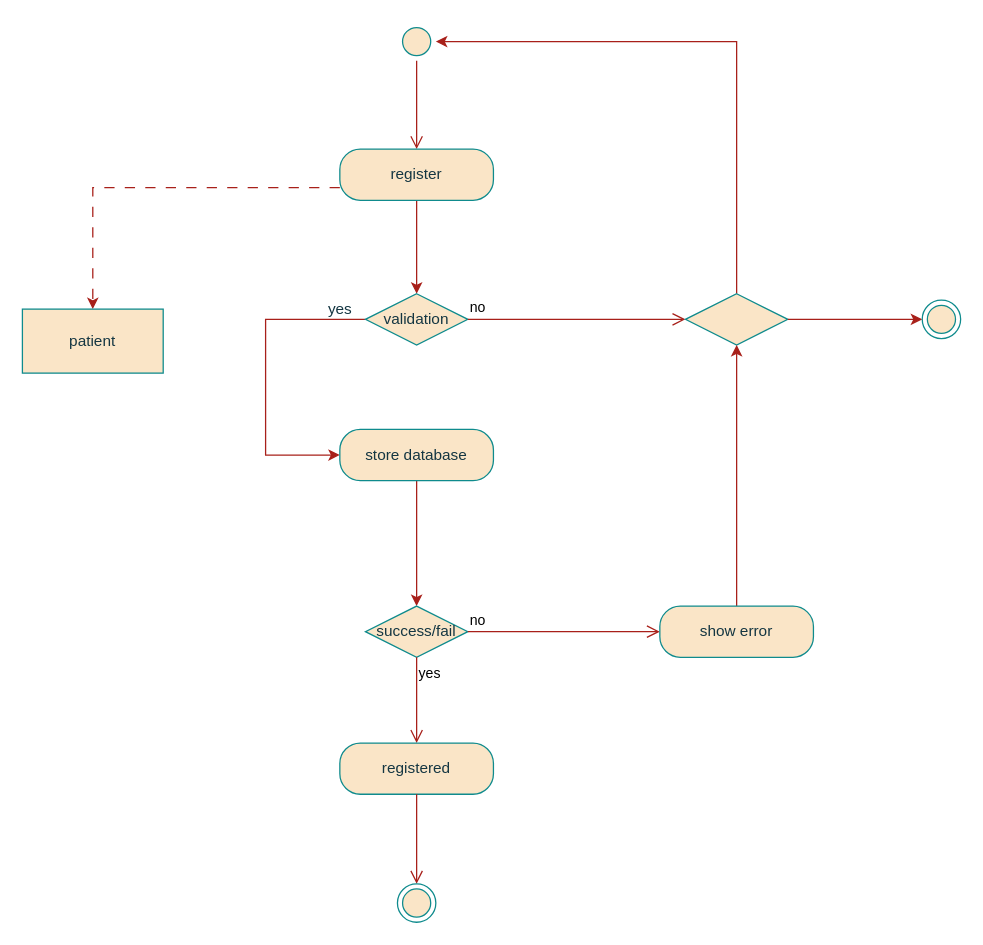
This is page "register patient" (1 of 10) of ACTIVITY/register_login.drawio from SalehAskari/telemedicine, a draw.io file, before an edit. Source tidied: cells renumbered, new cells numbered last; positions are measured from the earlier drawing's top-left corner, leaving out a move shared by most shapes. Both pictures are drawn from the tidied source at 128%, with x=0, y=0 at pixel (22, 22).
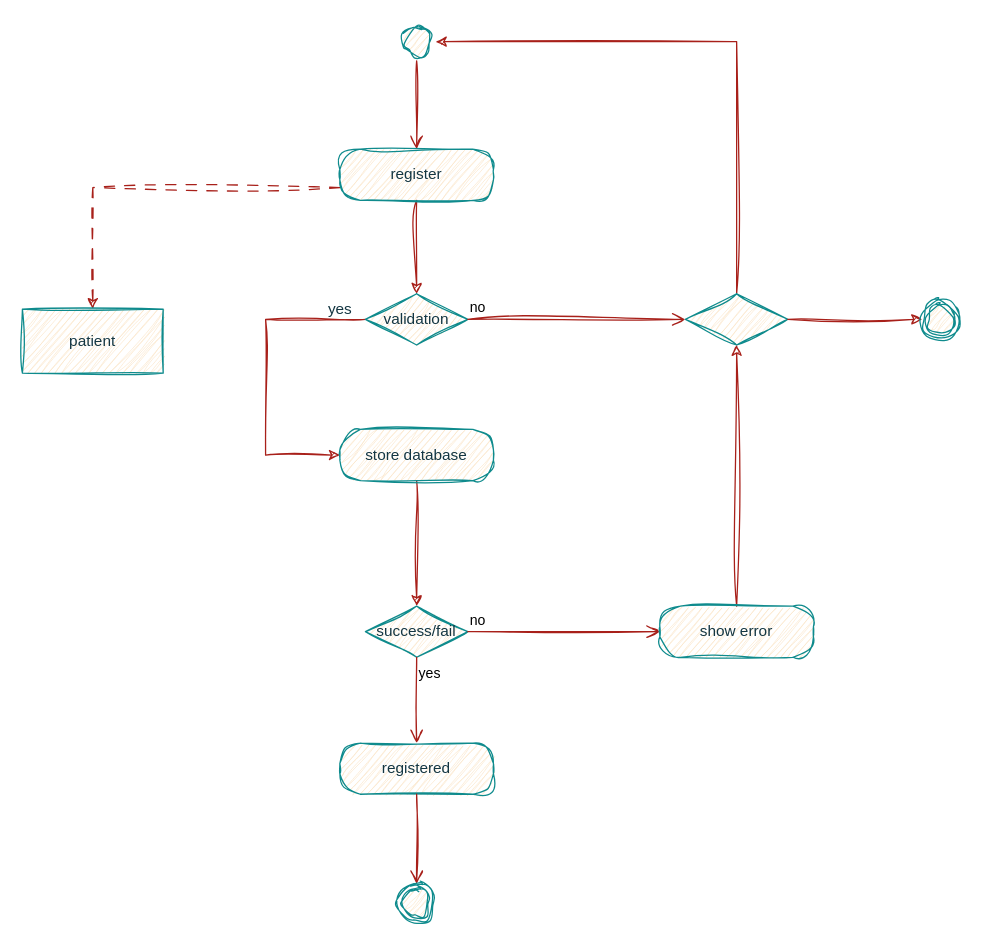
The same diagram, later.

The edit, as a diff of the source:
```diff
@@
-    <mxCell id="2" style="ellipse;html=1;shape=startState;fillColor=#FAE5C7;strokeColor=#0F8B8D;labelBackgroundColor=none;fontColor=#143642;" parent="1" vertex="1">
+    <mxCell id="2" style="ellipse;html=1;shape=startState;fillColor=#FAE5C7;strokeColor=#0F8B8D;labelBackgroundColor=none;fontColor=#143642;sketch=1;curveFitting=1;jiggle=2;" parent="1" vertex="1">
       <mxGeometry x="293" width="30" height="30" as="geometry" />
     </mxCell>
-    <mxCell id="3" style="edgeStyle=orthogonalEdgeStyle;html=1;verticalAlign=bottom;endArrow=open;endSize=8;strokeColor=#A8201A;rounded=0;entryX=0.5;entryY=0;entryDx=0;entryDy=0;labelBackgroundColor=none;fontColor=default;" parent="1" edge="1" source="2" target="6">
+    <mxCell id="3" style="edgeStyle=orthogonalEdgeStyle;html=1;verticalAlign=bottom;endArrow=open;endSize=8;strokeColor=#A8201A;rounded=0;entryX=0.5;entryY=0;entryDx=0;entryDy=0;labelBackgroundColor=none;fontColor=default;sketch=1;curveFitting=1;jiggle=2;" parent="1" edge="1" source="2" target="6">
       <mxGeometry relative="1" as="geometry" />
     </mxCell>
-    <mxCell id="4" style="edgeStyle=orthogonalEdgeStyle;rounded=0;jettySize=auto;html=1;exitX=0;exitY=0.75;exitDx=0;exitDy=0;strokeColor=#A8201A;fontColor=default;fillColor=#FAE5C7;dashed=1;dashPattern=8 8;labelBackgroundColor=none;entryX=0.5;entryY=0;entryDx=0;entryDy=0;" parent="1" edge="1" source="6" target="10">
+    <mxCell id="4" style="edgeStyle=orthogonalEdgeStyle;rounded=0;jettySize=auto;html=1;exitX=0;exitY=0.75;exitDx=0;exitDy=0;strokeColor=#A8201A;fontColor=default;fillColor=#FAE5C7;dashed=1;dashPattern=8 8;labelBackgroundColor=none;entryX=0.5;entryY=0;entryDx=0;entryDy=0;sketch=1;curveFitting=1;jiggle=2;" parent="1" edge="1" source="6" target="10">
       <mxGeometry relative="1" as="geometry" />
     </mxCell>
-    <mxCell id="5" style="edgeStyle=orthogonalEdgeStyle;rounded=0;jettySize=auto;html=1;exitX=0.5;exitY=1;exitDx=0;exitDy=0;entryX=0.5;entryY=0;entryDx=0;entryDy=0;strokeColor=#A8201A;fontColor=default;fillColor=#FAE5C7;labelBackgroundColor=none;" parent="1" edge="1" source="6" target="8">
+    <mxCell id="5" style="edgeStyle=orthogonalEdgeStyle;rounded=0;jettySize=auto;html=1;exitX=0.5;exitY=1;exitDx=0;exitDy=0;entryX=0.5;entryY=0;entryDx=0;entryDy=0;strokeColor=#A8201A;fontColor=default;fillColor=#FAE5C7;labelBackgroundColor=none;sketch=1;curveFitting=1;jiggle=2;" parent="1" edge="1" source="6" target="8">
       <mxGeometry relative="1" as="geometry" />
     </mxCell>
-    <mxCell id="6" value="register" style="rounded=1;whiteSpace=wrap;html=1;arcSize=40;fontColor=#143642;fillColor=#FAE5C7;strokeColor=#0F8B8D;labelBackgroundColor=none;" parent="1" vertex="1">
+    <mxCell id="6" value="register" style="rounded=1;whiteSpace=wrap;html=1;arcSize=40;fontColor=#143642;fillColor=#FAE5C7;strokeColor=#0F8B8D;labelBackgroundColor=none;sketch=1;curveFitting=1;jiggle=2;" parent="1" vertex="1">
       <mxGeometry x="248" y="99" width="120" height="40" as="geometry" />
     </mxCell>
-    <mxCell id="7" style="edgeStyle=orthogonalEdgeStyle;rounded=0;jettySize=auto;html=1;exitX=0;exitY=0.5;exitDx=0;exitDy=0;entryX=0;entryY=0.5;entryDx=0;entryDy=0;strokeColor=#A8201A;fontColor=default;fillColor=#FAE5C7;labelBackgroundColor=none;" parent="1" edge="1" source="8" target="14">
+    <mxCell id="7" style="edgeStyle=orthogonalEdgeStyle;rounded=0;jettySize=auto;html=1;exitX=0;exitY=0.5;exitDx=0;exitDy=0;entryX=0;entryY=0.5;entryDx=0;entryDy=0;strokeColor=#A8201A;fontColor=default;fillColor=#FAE5C7;labelBackgroundColor=none;sketch=1;curveFitting=1;jiggle=2;" parent="1" edge="1" source="8" target="14">
       <mxGeometry relative="1" as="geometry">
         <Array as="points">
           <mxPoint x="190" y="232" />
           <mxPoint x="190" y="338" />
         </Array>
       </mxGeometry>
     </mxCell>
-    <mxCell id="8" value="validation" style="rhombus;whiteSpace=wrap;html=1;fontColor=#143642;fillColor=#FAE5C7;strokeColor=#0F8B8D;labelBackgroundColor=none;" parent="1" vertex="1">
+    <mxCell id="8" value="validation" style="rhombus;whiteSpace=wrap;html=1;fontColor=#143642;fillColor=#FAE5C7;strokeColor=#0F8B8D;labelBackgroundColor=none;sketch=1;curveFitting=1;jiggle=2;" parent="1" vertex="1">
       <mxGeometry x="268" y="212" width="80" height="40" as="geometry" />
     </mxCell>
-    <mxCell id="9" value="no" style="edgeStyle=orthogonalEdgeStyle;html=1;align=left;verticalAlign=bottom;endArrow=open;endSize=8;strokeColor=#A8201A;rounded=0;fontColor=default;fillColor=#FAE5C7;labelBackgroundColor=none;" parent="1" edge="1" source="8" target="12">
+    <mxCell id="9" value="no" style="edgeStyle=orthogonalEdgeStyle;html=1;align=left;verticalAlign=bottom;endArrow=open;endSize=8;strokeColor=#A8201A;rounded=0;fontColor=default;fillColor=#FAE5C7;labelBackgroundColor=none;sketch=1;curveFitting=1;jiggle=2;" parent="1" edge="1" source="8" target="12">
       <mxGeometry x="-1" relative="1" as="geometry" />
     </mxCell>
-    <mxCell id="10" value="patient" style="html=1;whiteSpace=wrap;strokeColor=#0F8B8D;fontColor=#143642;fillColor=#FAE5C7;labelBackgroundColor=none;" parent="1" vertex="1">
+    <mxCell id="10" value="patient" style="html=1;whiteSpace=wrap;strokeColor=#0F8B8D;fontColor=#143642;fillColor=#FAE5C7;labelBackgroundColor=none;sketch=1;curveFitting=1;jiggle=2;" parent="1" vertex="1">
       <mxGeometry y="224" width="110" height="50" as="geometry" />
     </mxCell>
-    <mxCell id="11" style="edgeStyle=orthogonalEdgeStyle;rounded=0;jettySize=auto;html=1;exitX=0.5;exitY=0;exitDx=0;exitDy=0;entryX=1;entryY=0.5;entryDx=0;entryDy=0;strokeColor=#A8201A;fontColor=default;fillColor=#FAE5C7;labelBackgroundColor=none;" parent="1" edge="1" source="12" target="2">
+    <mxCell id="11" style="edgeStyle=orthogonalEdgeStyle;rounded=0;jettySize=auto;html=1;exitX=0.5;exitY=0;exitDx=0;exitDy=0;entryX=1;entryY=0.5;entryDx=0;entryDy=0;strokeColor=#A8201A;fontColor=default;fillColor=#FAE5C7;labelBackgroundColor=none;sketch=1;curveFitting=1;jiggle=2;" parent="1" edge="1" source="12" target="2">
       <mxGeometry relative="1" as="geometry" />
     </mxCell>
-    <mxCell id="12" style="rhombus;whiteSpace=wrap;html=1;fontColor=#143642;fillColor=#FAE5C7;strokeColor=#0F8B8D;labelBackgroundColor=none;" parent="1" vertex="1">
+    <mxCell id="12" style="rhombus;whiteSpace=wrap;html=1;fontColor=#143642;fillColor=#FAE5C7;strokeColor=#0F8B8D;labelBackgroundColor=none;sketch=1;curveFitting=1;jiggle=2;" parent="1" vertex="1">
       <mxGeometry x="518" y="212" width="80" height="40" as="geometry" />
     </mxCell>
-    <mxCell id="13" style="edgeStyle=orthogonalEdgeStyle;rounded=0;jettySize=auto;html=1;exitX=0.5;exitY=1;exitDx=0;exitDy=0;entryX=0.5;entryY=0;entryDx=0;entryDy=0;strokeColor=#A8201A;fontColor=default;fillColor=#FAE5C7;labelBackgroundColor=none;" parent="1" edge="1" source="14" target="16">
+    <mxCell id="13" style="edgeStyle=orthogonalEdgeStyle;rounded=0;jettySize=auto;html=1;exitX=0.5;exitY=1;exitDx=0;exitDy=0;entryX=0.5;entryY=0;entryDx=0;entryDy=0;strokeColor=#A8201A;fontColor=default;fillColor=#FAE5C7;labelBackgroundColor=none;sketch=1;curveFitting=1;jiggle=2;" parent="1" edge="1" source="14" target="16">
       <mxGeometry relative="1" as="geometry" />
     </mxCell>
-    <mxCell id="14" value="store database" style="rounded=1;whiteSpace=wrap;html=1;arcSize=40;fontColor=#143642;fillColor=#FAE5C7;strokeColor=#0F8B8D;labelBackgroundColor=none;" parent="1" vertex="1">
+    <mxCell id="14" value="store database" style="rounded=1;whiteSpace=wrap;html=1;arcSize=40;fontColor=#143642;fillColor=#FAE5C7;strokeColor=#0F8B8D;labelBackgroundColor=none;sketch=1;curveFitting=1;jiggle=2;" parent="1" vertex="1">
       <mxGeometry x="248" y="318" width="120" height="40" as="geometry" />
     </mxCell>
-    <mxCell id="15" value="yes" style="text;html=1;align=center;verticalAlign=middle;strokeColor=none;fillColor=none;fontColor=#143642;labelBackgroundColor=none;" parent="1" vertex="1">
+    <mxCell id="15" value="yes" style="text;html=1;align=center;verticalAlign=middle;strokeColor=none;fillColor=none;fontColor=#143642;labelBackgroundColor=none;sketch=1;curveFitting=1;jiggle=2;" parent="1" vertex="1">
       <mxGeometry x="229" y="211" width="37" height="26" as="geometry" />
     </mxCell>
-    <mxCell id="16" value="success/fail" style="rhombus;whiteSpace=wrap;html=1;fontColor=#143642;fillColor=#FAE5C7;strokeColor=#0F8B8D;labelBackgroundColor=none;" parent="1" vertex="1">
+    <mxCell id="16" value="success/fail" style="rhombus;whiteSpace=wrap;html=1;fontColor=#143642;fillColor=#FAE5C7;strokeColor=#0F8B8D;labelBackgroundColor=none;sketch=1;curveFitting=1;jiggle=2;" parent="1" vertex="1">
       <mxGeometry x="268" y="456" width="80" height="40" as="geometry" />
     </mxCell>
-    <mxCell id="17" value="no" style="edgeStyle=orthogonalEdgeStyle;html=1;align=left;verticalAlign=bottom;endArrow=open;endSize=8;strokeColor=#A8201A;rounded=0;fontColor=default;fillColor=#FAE5C7;entryX=0;entryY=0.5;entryDx=0;entryDy=0;labelBackgroundColor=none;" parent="1" edge="1" source="16" target="20">
+    <mxCell id="17" value="no" style="edgeStyle=orthogonalEdgeStyle;html=1;align=left;verticalAlign=bottom;endArrow=open;endSize=8;strokeColor=#A8201A;rounded=0;fontColor=default;fillColor=#FAE5C7;entryX=0;entryY=0.5;entryDx=0;entryDy=0;labelBackgroundColor=none;sketch=1;curveFitting=1;jiggle=2;" parent="1" edge="1" source="16" target="20">
       <mxGeometry x="-1" relative="1" as="geometry" />
     </mxCell>
-    <mxCell id="18" value="yes" style="edgeStyle=orthogonalEdgeStyle;html=1;align=left;verticalAlign=top;endArrow=open;endSize=8;strokeColor=#A8201A;rounded=0;fontColor=default;fillColor=#FAE5C7;entryX=0.5;entryY=0;entryDx=0;entryDy=0;labelBackgroundColor=none;" parent="1" edge="1" source="16" target="21">
+    <mxCell id="18" value="yes" style="edgeStyle=orthogonalEdgeStyle;html=1;align=left;verticalAlign=top;endArrow=open;endSize=8;strokeColor=#A8201A;rounded=0;fontColor=default;fillColor=#FAE5C7;entryX=0.5;entryY=0;entryDx=0;entryDy=0;labelBackgroundColor=none;sketch=1;curveFitting=1;jiggle=2;" parent="1" edge="1" source="16" target="21">
       <mxGeometry x="-1" relative="1" as="geometry" />
     </mxCell>
-    <mxCell id="19" style="edgeStyle=orthogonalEdgeStyle;rounded=0;jettySize=auto;html=1;exitX=0.5;exitY=0;exitDx=0;exitDy=0;entryX=0.5;entryY=1;entryDx=0;entryDy=0;strokeColor=#A8201A;fontColor=#143642;fillColor=#FAE5C7;" parent="1" edge="1" source="20" target="12">
+    <mxCell id="19" style="edgeStyle=orthogonalEdgeStyle;rounded=0;jettySize=auto;html=1;exitX=0.5;exitY=0;exitDx=0;exitDy=0;entryX=0.5;entryY=1;entryDx=0;entryDy=0;strokeColor=#A8201A;fontColor=#143642;fillColor=#FAE5C7;sketch=1;curveFitting=1;jiggle=2;" parent="1" edge="1" source="20" target="12">
       <mxGeometry relative="1" as="geometry" />
     </mxCell>
-    <mxCell id="20" value="show error" style="rounded=1;whiteSpace=wrap;html=1;arcSize=40;fontColor=#143642;fillColor=#FAE5C7;strokeColor=#0F8B8D;labelBackgroundColor=none;" parent="1" vertex="1">
+    <mxCell id="20" value="show error" style="rounded=1;whiteSpace=wrap;html=1;arcSize=40;fontColor=#143642;fillColor=#FAE5C7;strokeColor=#0F8B8D;labelBackgroundColor=none;sketch=1;curveFitting=1;jiggle=2;" parent="1" vertex="1">
       <mxGeometry x="498" y="456" width="120" height="40" as="geometry" />
     </mxCell>
-    <mxCell id="21" value="registered" style="rounded=1;whiteSpace=wrap;html=1;arcSize=40;fontColor=#143642;fillColor=#FAE5C7;strokeColor=#0F8B8D;labelBackgroundColor=none;" parent="1" vertex="1">
+    <mxCell id="21" value="registered" style="rounded=1;whiteSpace=wrap;html=1;arcSize=40;fontColor=#143642;fillColor=#FAE5C7;strokeColor=#0F8B8D;labelBackgroundColor=none;sketch=1;curveFitting=1;jiggle=2;" parent="1" vertex="1">
       <mxGeometry x="248" y="563" width="120" height="40" as="geometry" />
     </mxCell>
-    <mxCell id="22" style="edgeStyle=orthogonalEdgeStyle;html=1;verticalAlign=bottom;endArrow=open;endSize=8;strokeColor=#A8201A;rounded=0;fontColor=default;fillColor=#FAE5C7;entryX=0.5;entryY=0;entryDx=0;entryDy=0;labelBackgroundColor=none;" parent="1" edge="1" source="21" target="23">
+    <mxCell id="22" style="edgeStyle=orthogonalEdgeStyle;html=1;verticalAlign=bottom;endArrow=open;endSize=8;strokeColor=#A8201A;rounded=0;fontColor=default;fillColor=#FAE5C7;entryX=0.5;entryY=0;entryDx=0;entryDy=0;labelBackgroundColor=none;sketch=1;curveFitting=1;jiggle=2;" parent="1" edge="1" source="21" target="23">
       <mxGeometry relative="1" as="geometry" />
     </mxCell>
-    <mxCell id="23" style="ellipse;html=1;shape=endState;fillColor=#FAE5C7;strokeColor=#0F8B8D;fontColor=#143642;labelBackgroundColor=none;" parent="1" vertex="1">
+    <mxCell id="23" style="ellipse;html=1;shape=endState;fillColor=#FAE5C7;strokeColor=#0F8B8D;fontColor=#143642;labelBackgroundColor=none;sketch=1;curveFitting=1;jiggle=2;" parent="1" vertex="1">
       <mxGeometry x="293" y="673" width="30" height="30" as="geometry" />
     </mxCell>
-    <mxCell id="24" style="edgeStyle=orthogonalEdgeStyle;rounded=0;jettySize=auto;html=1;exitX=1;exitY=0.5;exitDx=0;exitDy=0;entryX=0;entryY=0.5;entryDx=0;entryDy=0;strokeColor=#A8201A;fontColor=#143642;fillColor=#FAE5C7;" parent="1" edge="1" source="12" target="25">
+    <mxCell id="24" style="edgeStyle=orthogonalEdgeStyle;rounded=0;jettySize=auto;html=1;exitX=1;exitY=0.5;exitDx=0;exitDy=0;entryX=0;entryY=0.5;entryDx=0;entryDy=0;strokeColor=#A8201A;fontColor=#143642;fillColor=#FAE5C7;sketch=1;curveFitting=1;jiggle=2;" parent="1" edge="1" source="12" target="25">
       <mxGeometry relative="1" as="geometry" />
     </mxCell>
-    <mxCell id="25" style="ellipse;html=1;shape=endState;fillColor=#FAE5C7;strokeColor=#0F8B8D;fontColor=#143642;labelBackgroundColor=none;" parent="1" vertex="1">
+    <mxCell id="25" style="ellipse;html=1;shape=endState;fillColor=#FAE5C7;strokeColor=#0F8B8D;fontColor=#143642;labelBackgroundColor=none;sketch=1;curveFitting=1;jiggle=2;" parent="1" vertex="1">
       <mxGeometry x="703" y="217" width="30" height="30" as="geometry" />
     </mxCell>
```
